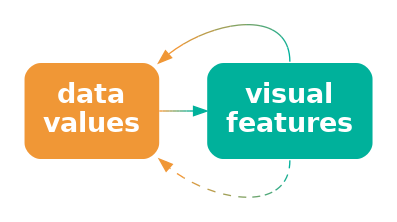
The Graphviz diagram Diagrams/congruent-decode.png in pmur002/hdvw, before a commit. Its source is kept beside it as Diagrams/congruent-decode.dot.
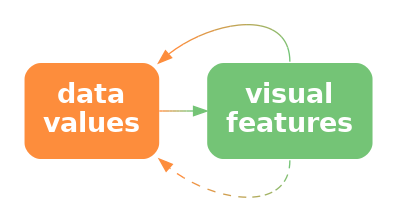
Later version of the same file.

The edit, as a diff of the source:
```diff
@@ -1,10 +1,10 @@
 digraph {
   graph [ rankdir=LR; margin=.2; nodesep=.5 ];
   node [ fontsize=20; fontname="sans bold"; margin=.2 ];
-  data [ label="data\nvalues"; shape=box; style="filled, rounded"; penwidth=0; fontcolor=white; fillcolor="#F09736" ]
+  data [ label="data\nvalues"; shape=box; style="filled, rounded"; penwidth=0; fontcolor=white; fillcolor="#FD8D3C" ]
   vis [ label="visual\nfeatures"; shape=box;
-     style="filled, rounded"; penwidth=0; fontcolor=white; fillcolor="#00B19B" ]
-  data -> vis [ color="#F09736;0.1:#D59A41;0.1:#BB9D4C;0.1:#A0A058;0.1:#85A363;0.1:#6BA56E;0.1:#50A879;0.1:#35AB85;0.1:#1BAE90;0.1:#00B19B;0.1" ]
-  vis:s -> data:se [ style="dashed", color="#00B19B;0.1:#1BAE90;0.1:#35AB85;0.1:#50A879;0.1:#6BA56E;0.1:#85A363;0.1:#A0A058;0.1:#BB9D4C;0.1:#D59A41;0.1:#F09736;0.1" ]
-  vis:n -> data:ne [ style="solid", color="#00B19B;0.1:#1BAE90;0.1:#35AB85;0.1:#50A879;0.1:#6BA56E;0.1:#85A363;0.1:#A0A058;0.1:#BB9D4C;0.1:#D59A41;0.1:#F09736;0.1" ]
+     style="filled, rounded"; penwidth=0; fontcolor=white; fillcolor="#74C476" ]
+  data -> vis [ color="#FD8D3C;0.1:#EE9342;0.1:#DF9949;0.1:#CF9F4F;0.1:#C0A556;0.1:#B1AC5C;0.1:#A2B263;0.1:#92B869;0.1:#83BE70;0.1:#74C476;0.1" ]
+  vis:s -> data:se [ style="dashed", color="#74C476;0.1:#83BE70;0.1:#92B869;0.1:#A2B263;0.1:#B1AC5C;0.1:#C0A556;0.1:#CF9F4F;0.1:#DF9949;0.1:#EE9342;0.1:#FD8D3C;0.1" ]
+  vis:n -> data:ne [ style="solid", color="#74C476;0.1:#83BE70;0.1:#92B869;0.1:#A2B263;0.1:#B1AC5C;0.1:#C0A556;0.1:#CF9F4F;0.1:#DF9949;0.1:#EE9342;0.1:#FD8D3C;0.1" ]
 }
```
